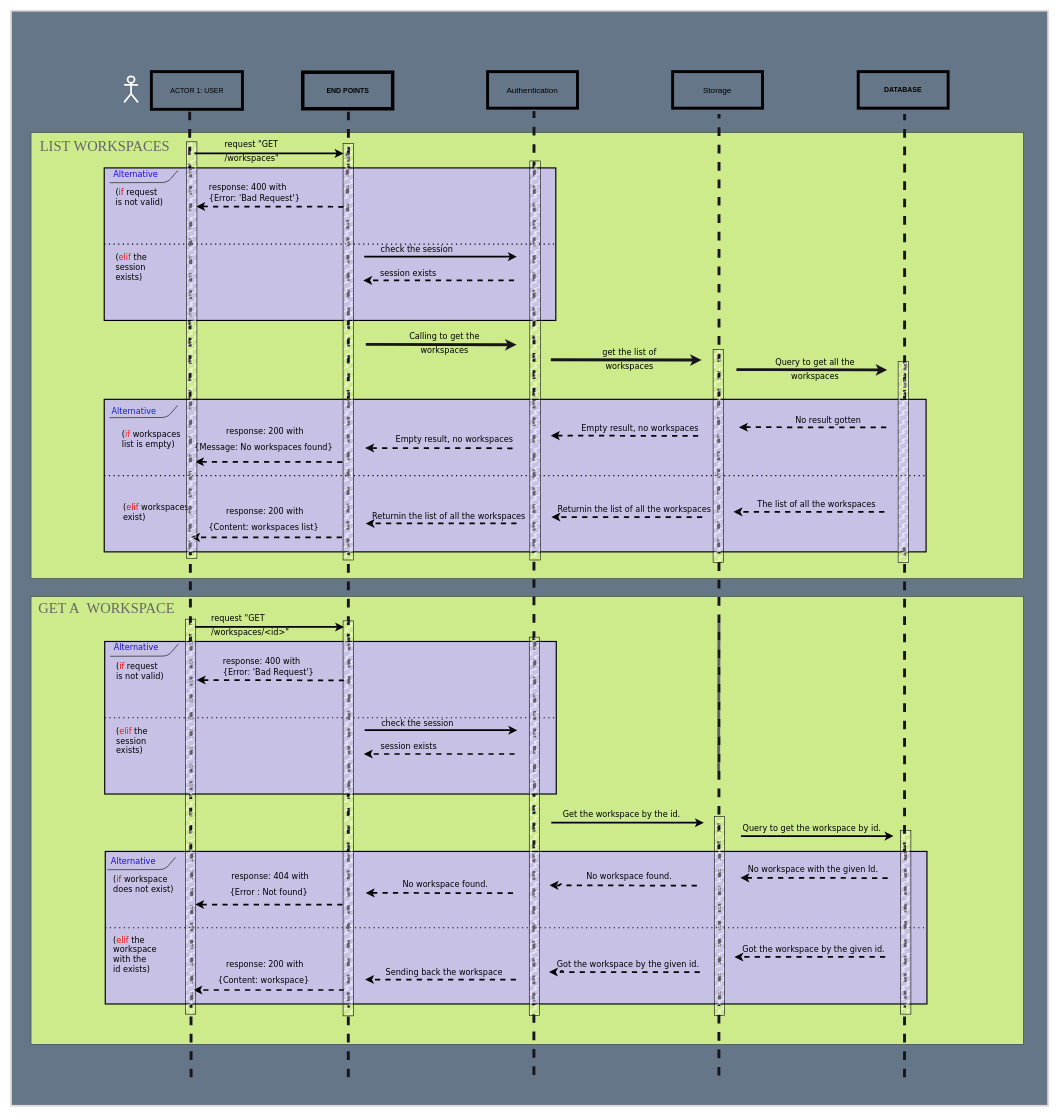
Kolapo-code/Booker keeps this draw.io diagram as UML/sequence_diagram/get_list_workspaces_diagram.dio. Above is the earlier version. Source tidied: cells renumbered, new cells numbered last; positions are measured from the earlier drawing's top-left corner, leaving out a move shared by most shapes. Both pictures are drawn from the tidied source at 58%, with x=0, y=0 at pixel (10, 10).
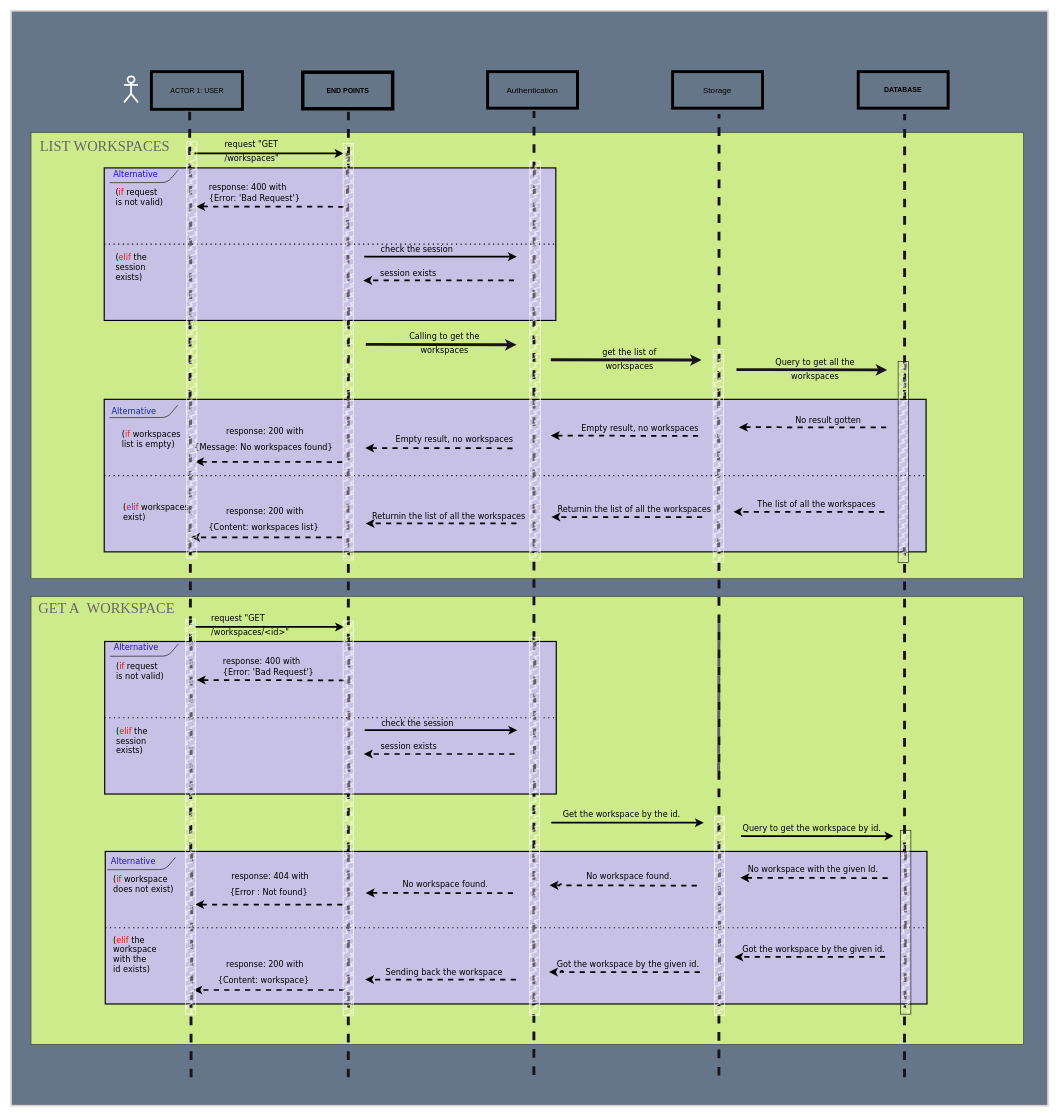
The same page after the edit.

Commit message:
Committing the diagrams for the get workspace by id, and get list of available workspaces.

Fixing the routes.

Fixing timeline.

Fixing alternatives

Diff of the diagram source:
```diff
@@
-    <mxCell id="124" style="rounded=0;whiteSpace=wrap;html=1;fillColor=#FFFFFF;strokeColor=#050505;fillStyle=zigzag-line;" parent="1" vertex="1">
+    <mxCell id="124" style="rounded=0;whiteSpace=wrap;html=1;fillColor=#FFFFFF;strokeColor=#fcfcfc;fillStyle=zigzag-line;" parent="1" vertex="1">
       <mxGeometry x="303" y="226" width="18" height="718" as="geometry" />
     </mxCell>
-    <mxCell id="125" style="rounded=0;whiteSpace=wrap;html=1;fillColor=#FFFFFF;strokeColor=#050505;fillStyle=zigzag-line;" parent="1" vertex="1">
+    <mxCell id="125" style="rounded=0;whiteSpace=wrap;html=1;fillColor=#FFFFFF;strokeColor=#fffafa;fillStyle=zigzag-line;" parent="1" vertex="1">
       <mxGeometry x="573" y="229" width="18" height="718" as="geometry" />
     </mxCell>
-    <mxCell id="126" style="rounded=0;whiteSpace=wrap;html=1;fillColor=#FFFFFF;strokeColor=#050505;fillStyle=zigzag-line;" parent="1" vertex="1">
+    <mxCell id="126" style="rounded=0;whiteSpace=wrap;html=1;fillColor=#FFFFFF;strokeColor=#FFFFFF;fillStyle=zigzag-line;" parent="1" vertex="1">
       <mxGeometry x="895" y="259" width="18" height="688" as="geometry" />
     </mxCell>
-    <mxCell id="127" style="rounded=0;whiteSpace=wrap;html=1;fillColor=#FFFFFF;strokeColor=#050505;fillStyle=zigzag-line;" parent="1" vertex="1">
+    <mxCell id="127" style="rounded=0;whiteSpace=wrap;html=1;fillColor=#FFFFFF;strokeColor=#FFFFFF;fillStyle=zigzag-line;" parent="1" vertex="1">
       <mxGeometry x="1211" y="584" width="18" height="367" as="geometry" />
     </mxCell>
@@
-    <mxCell id="130" style="rounded=0;whiteSpace=wrap;html=1;fillColor=#FFFFFF;strokeColor=#050505;fillStyle=zigzag-line;" parent="1" vertex="1">
+    <mxCell id="130" style="rounded=0;whiteSpace=wrap;html=1;fillColor=#FFFFFF;strokeColor=#FFFFFF;fillStyle=zigzag-line;" parent="1" vertex="1">
       <mxGeometry x="301" y="1049" width="18" height="681" as="geometry" />
     </mxCell>
-    <mxCell id="131" style="rounded=0;whiteSpace=wrap;html=1;fillColor=#FFFFFF;strokeColor=#050505;fillStyle=zigzag-line;" parent="1" vertex="1">
+    <mxCell id="131" style="rounded=0;whiteSpace=wrap;html=1;fillColor=#FFFFFF;strokeColor=#FFFFFF;fillStyle=zigzag-line;" parent="1" vertex="1">
       <mxGeometry x="573" y="1052" width="18" height="681" as="geometry" />
     </mxCell>
-    <mxCell id="132" style="rounded=0;whiteSpace=wrap;html=1;fillColor=#FFFFFF;strokeColor=#050505;fillStyle=zigzag-line;" parent="1" vertex="1">
+    <mxCell id="132" style="rounded=0;whiteSpace=wrap;html=1;fillColor=#FFFFFF;strokeColor=#FFFFFF;fillStyle=zigzag-line;" parent="1" vertex="1">
       <mxGeometry x="894" y="1080" width="18" height="652" as="geometry" />
     </mxCell>
-    <mxCell id="133" style="rounded=0;whiteSpace=wrap;html=1;fillColor=#FFFFFF;strokeColor=#050505;fillStyle=zigzag-line;" parent="1" vertex="1">
+    <mxCell id="133" style="rounded=0;whiteSpace=wrap;html=1;fillColor=#FFFFFF;strokeColor=#FFFFFF;fillStyle=zigzag-line;" parent="1" vertex="1">
       <mxGeometry x="1213" y="1389" width="18" height="343" as="geometry" />
     </mxCell>
```
